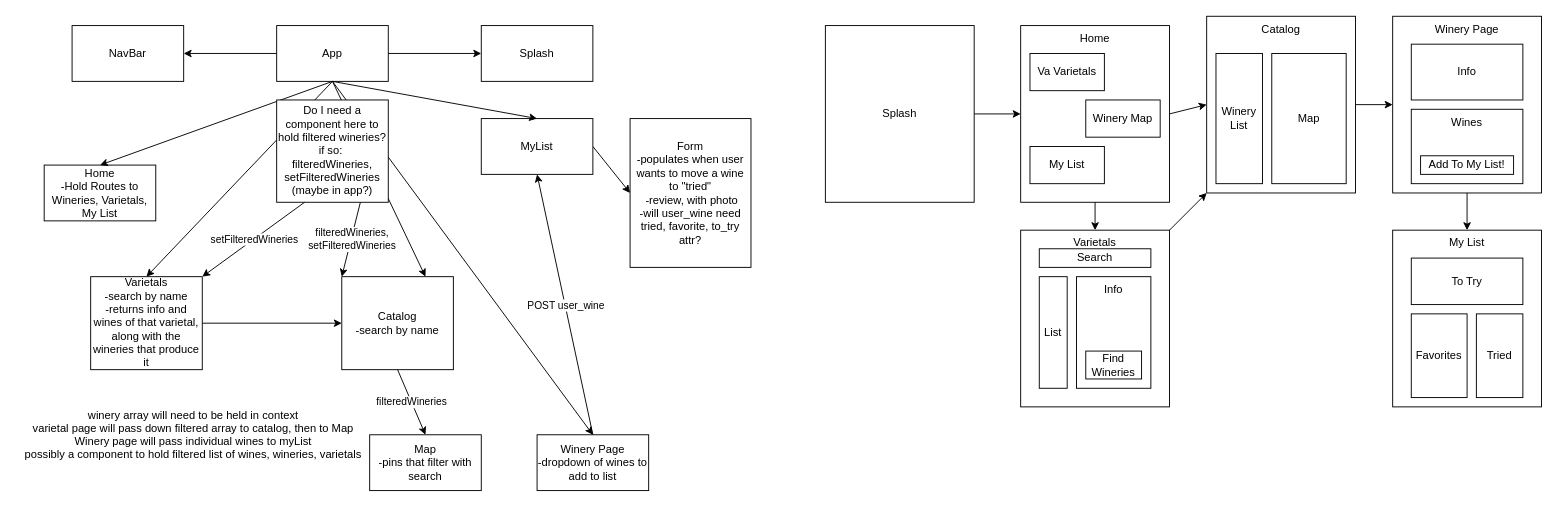
Before: client/src/data/diagram.drawio in Eccatoe/ShenandoahWines, a draw.io diagram. Source tidied: cells renumbered, new cells numbered last; positions are measured from the earlier drawing's top-left corner, leaving out a move shared by most shapes. Both pictures are drawn from the tidied source at 93%, with x=0, y=0 at pixel (16, 16).
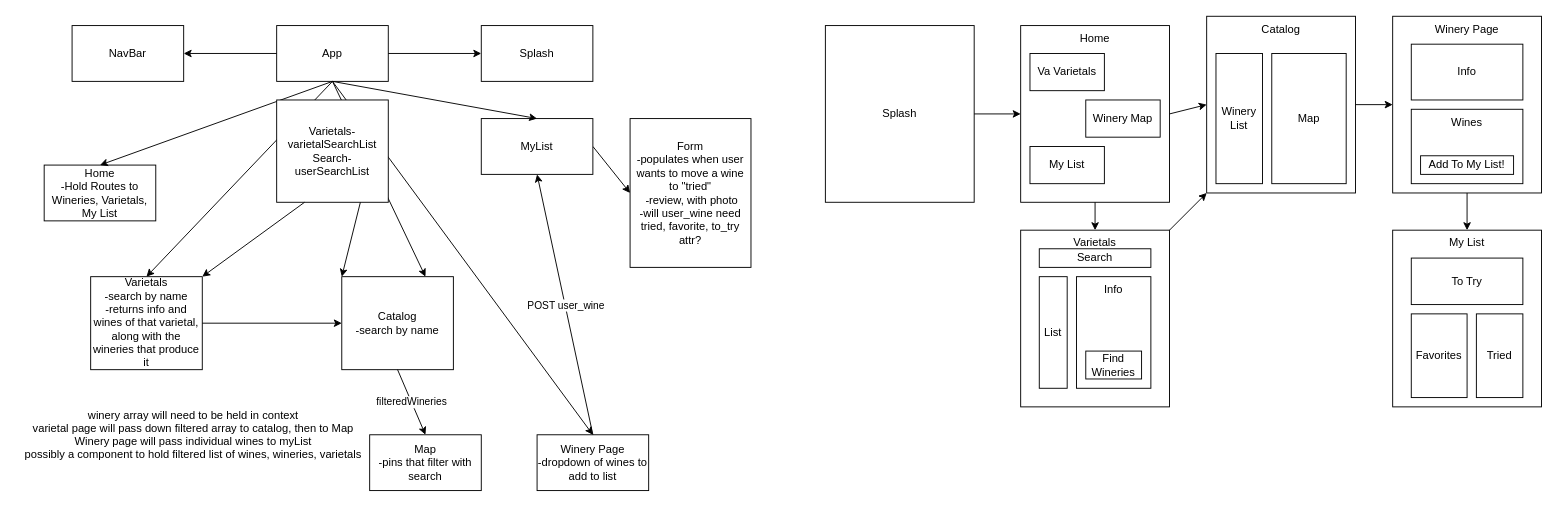
Above is the later version.

Unchanged cells that the change refers to:
```xml
<mxCell id="52" style="endArrow=classic;html=1;exitX=0.25;exitY=1;exitDx=0;exitDy=0;entryX=1;entryY=0;entryDx=0;entryDy=0;" parent="1" edge="1" source="49" target="6">
  <mxGeometry relative="1" as="geometry" />
</mxCell>
<mxCell id="54" style="endArrow=classic;html=1;entryX=0;entryY=0;entryDx=0;entryDy=0;exitX=0.75;exitY=1;exitDx=0;exitDy=0;" parent="1" edge="1" source="49" target="7">
  <mxGeometry relative="1" as="geometry" />
</mxCell>
```

Change to the diagram source:
```diff
@@
-    <mxCell id="49" value="Do I need a component here to hold filtered wineries?&lt;br&gt;if so:&amp;nbsp;&lt;br&gt;filteredWineries,&lt;br&gt;setFilteredWineries&lt;br&gt;(maybe in app?)" style="rounded=0;whiteSpace=wrap;html=1;" parent="1" vertex="1">
+    <mxCell id="49" value="Varietals-varietalSearchList&lt;br&gt;Search-userSearchList" style="rounded=0;whiteSpace=wrap;html=1;" parent="1" vertex="1">
       <mxGeometry x="280" y="90" width="120" height="110" as="geometry" />
     </mxCell>
@@
-    <mxCell id="53" value="setFilteredWineries" style="edgeLabel;html=1;align=center;verticalAlign=middle;" parent="52" vertex="1">
-      <mxGeometry relative="1" as="geometry" />
-    </mxCell>
@@
-    <mxCell id="55" value="filteredWineries,&lt;br&gt;setFilteredWineries" style="edgeLabel;html=1;align=center;verticalAlign=middle;" parent="54" vertex="1">
-      <mxGeometry relative="1" as="geometry" />
-    </mxCell>
```
